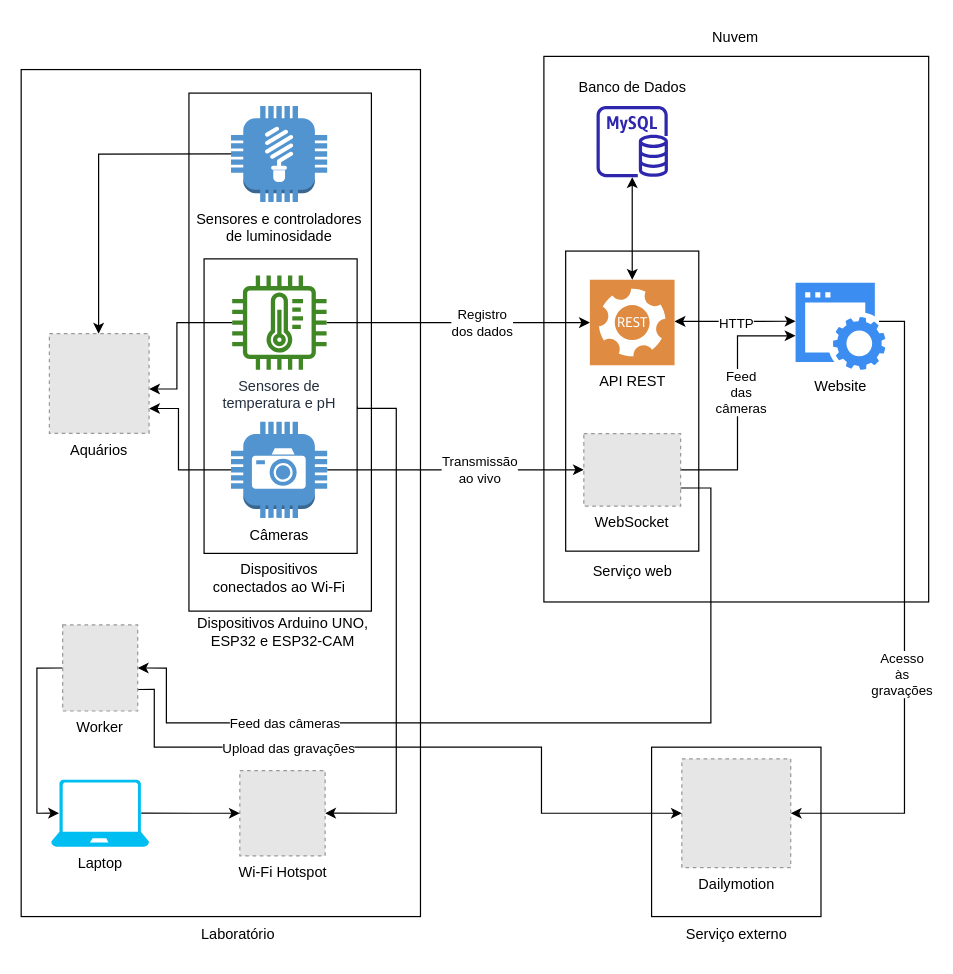
Earlier version of the draw.io diagram page "Português" (2 of 2) of aquadynamics.drawio (ojpbarbosa/aquadynamics). Source tidied: cells renumbered, new cells numbered last; positions are measured from the earlier drawing's top-left corner, leaving out a move shared by most shapes. Both pictures are drawn from the tidied source at 121%, with x=0, y=0 at pixel (21, 19). Pictures stored in the file or linked from it are replaced by grey dashed boxes.
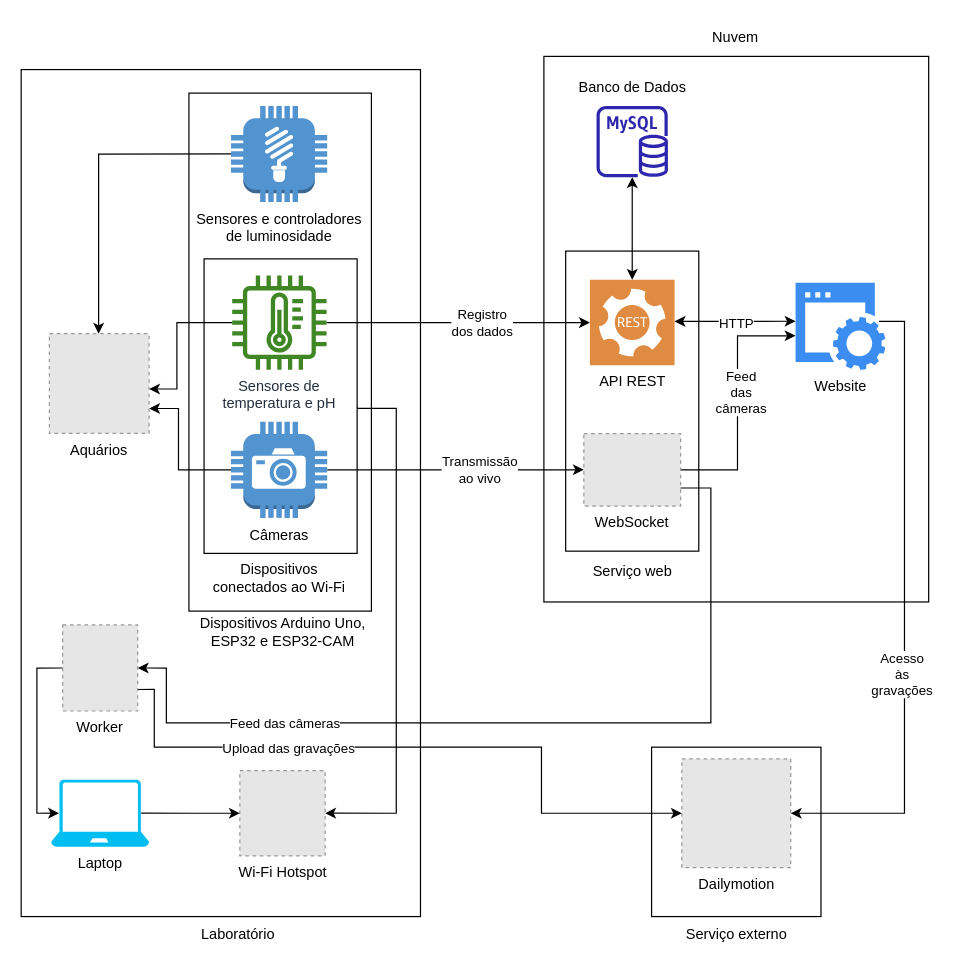
After the change.

Commit message (it also covers changes not shown here):
chore(diagram): rename arduino

Diff of the diagram source:
```diff
@@
-    <mxCell id="45" value="Dispositivos Arduino UNO,&lt;br&gt;ESP32 e ESP32-CAM" style="text;html=1;align=center;verticalAlign=middle;strokeColor=none;fillColor=none;" parent="1" vertex="1">
+    <mxCell id="45" value="Dispositivos Arduino Uno,&lt;br&gt;ESP32 e ESP32-CAM" style="text;html=1;align=center;verticalAlign=middle;strokeColor=none;fillColor=none;" parent="1" vertex="1">
       <mxGeometry x="136" y="486" width="160" height="40" as="geometry" />
     </mxCell>
```
